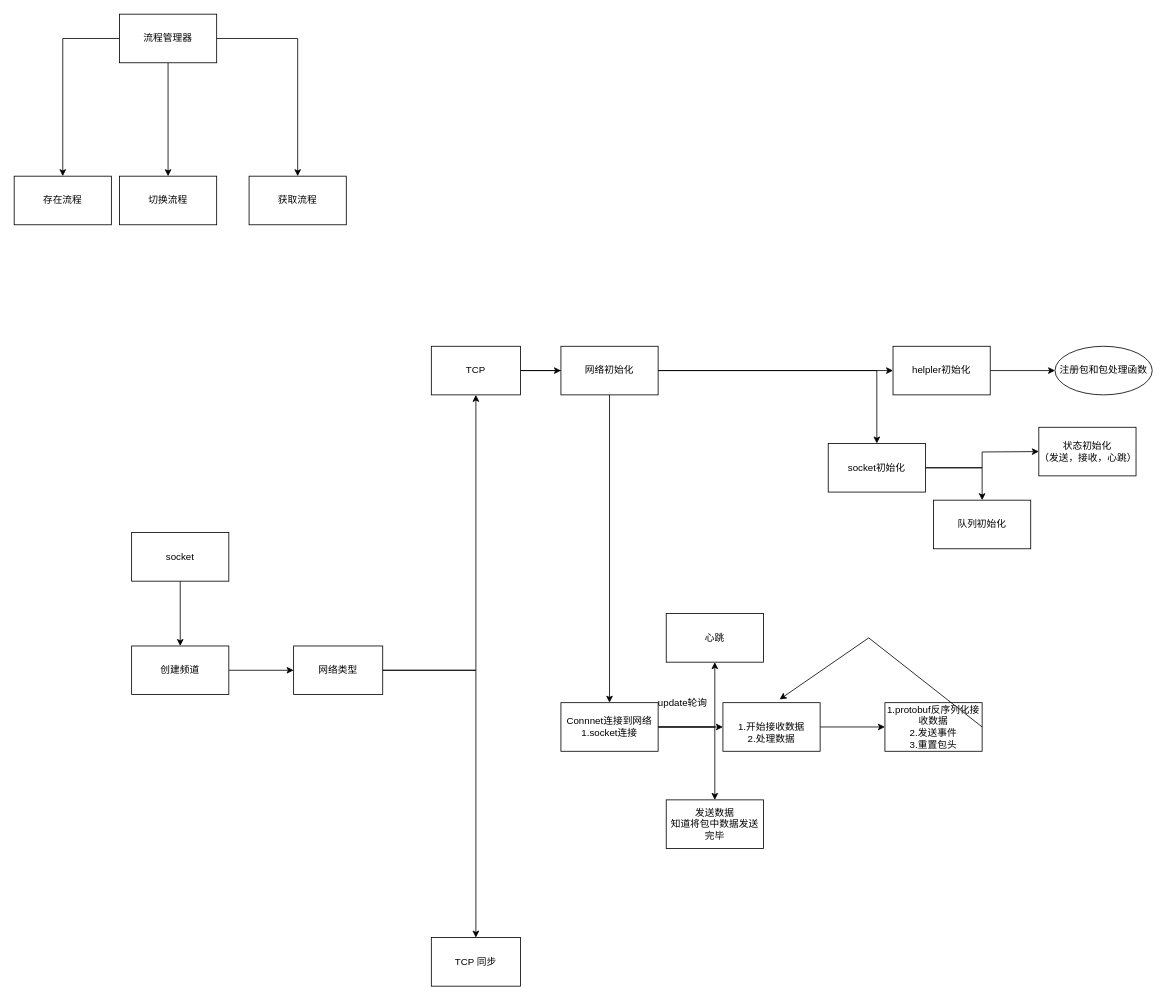
Earlier version of the draw.io diagram GameFramework/网络.drawio (xzp3094997376/DrawIO). Source tidied: cells renumbered, new cells numbered last; positions are measured from the earlier drawing's top-left corner, leaving out a move shared by most shapes. Both pictures are drawn from the tidied source at 81%, with x=0, y=0 at pixel (14, 14).
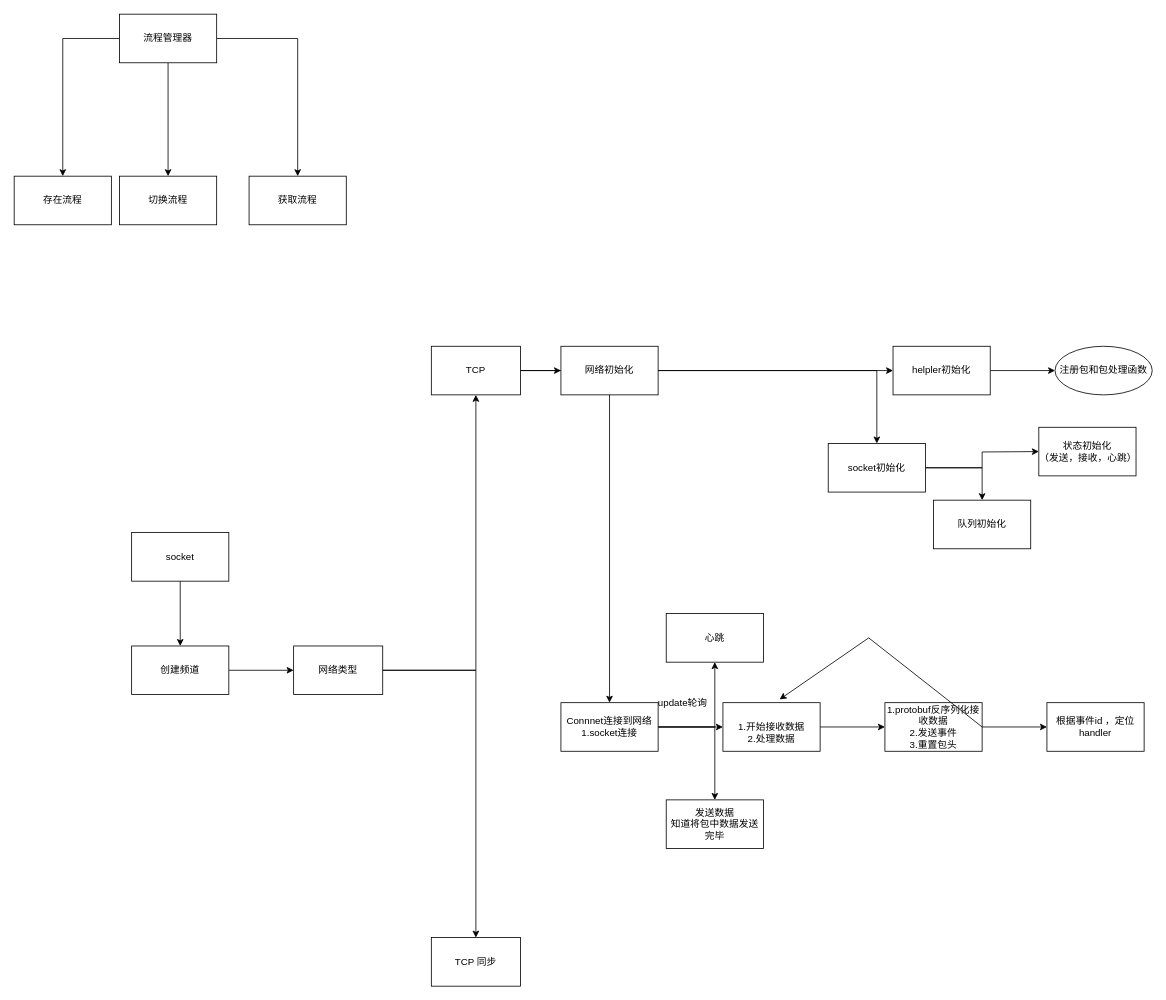
After the change.

Unchanged cells that the change refers to:
```xml
<mxCell id="37" value="1.protobuf反序列化接收数据&lt;br&gt;2.发送事件&lt;br&gt;3.重置包头" style="whiteSpace=wrap;html=1;" parent="1" vertex="1">
  <mxGeometry x="1075" y="850" width="120" height="60" as="geometry" />
</mxCell>
```

What changed in the source:
```diff
@@
+    <mxCell id="42" style="edgeStyle=orthogonalEdgeStyle;rounded=0;jettySize=auto;html=1;" parent="1" edge="1" source="37" target="43">
+      <mxGeometry relative="1" as="geometry" />
+    </mxCell>
@@
+    <mxCell id="43" value="根据事件id ，定位handler" style="whiteSpace=wrap;html=1;" parent="1" vertex="1">
+      <mxGeometry x="1275" y="850" width="120" height="60" as="geometry" />
+    </mxCell>
```
